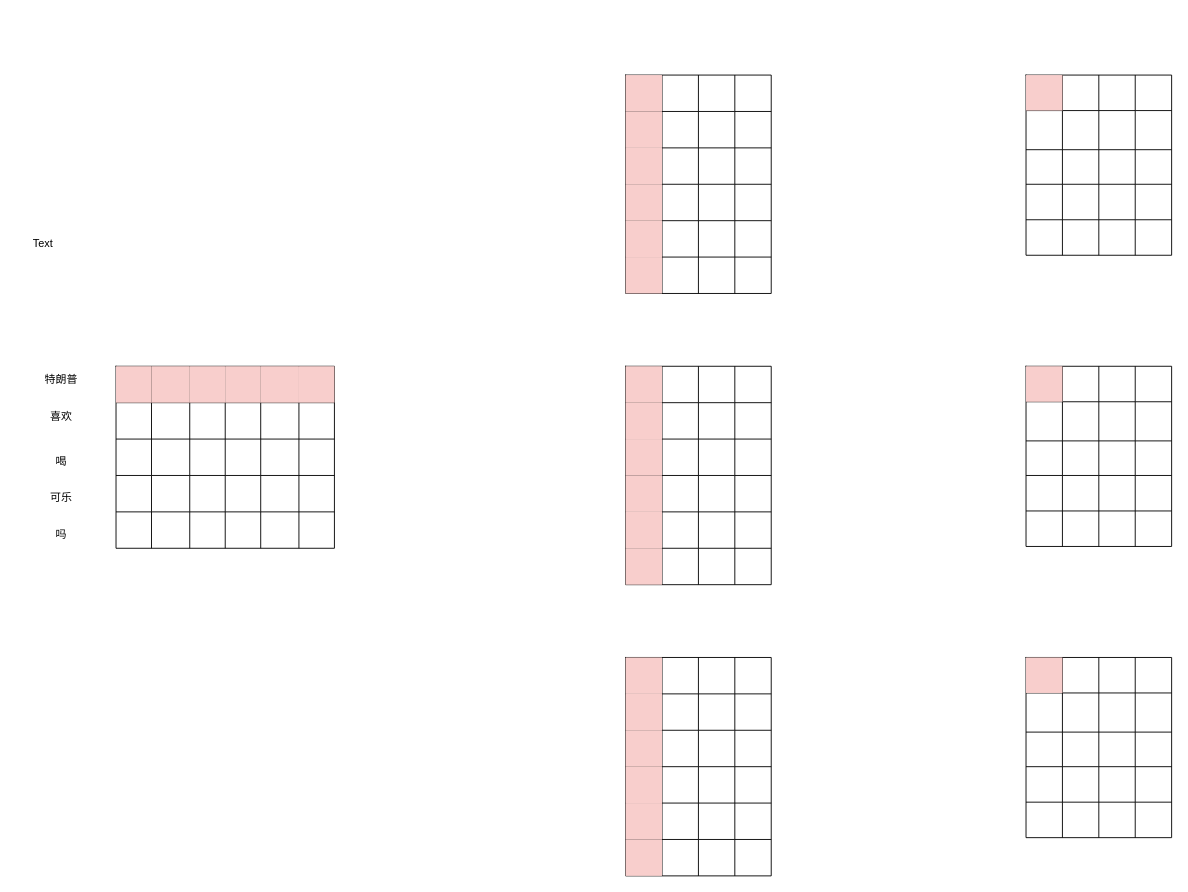
The draw.io diagram page "Self-Attention" (1 of 7) of transformer.drawio in guxiaoshu/transformer, before the edit. Source tidied: cells renumbered, new cells numbered last; positions are measured from the earlier drawing's top-left corner, leaving out a move shared by most shapes. Both pictures are drawn from the tidied source at 91%, with x=0, y=0 at pixel (15, 75).
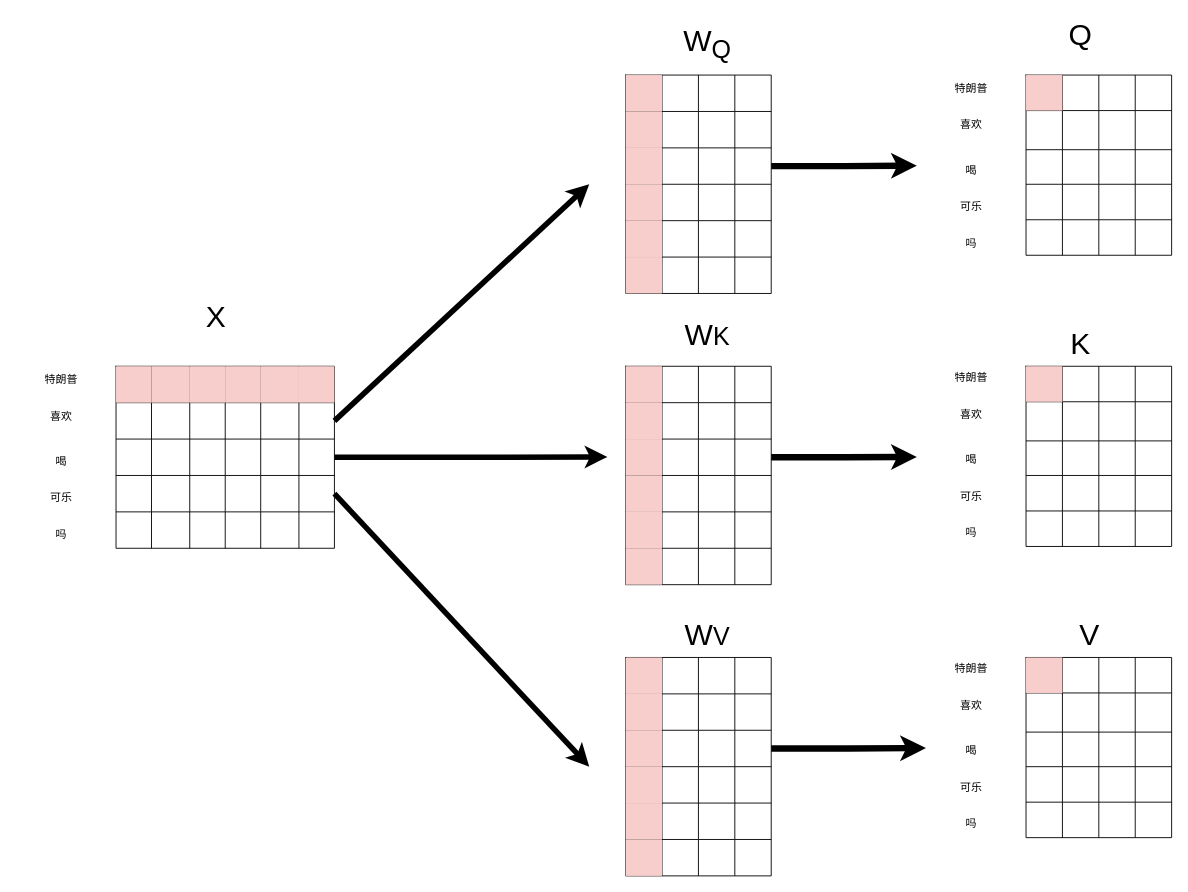
The same diagram, later.

The change refers to these unchanged cells:
```xml
<mxCell id="10" style="shape=tableRow;horizontal=0;startSize=0;swimlaneHead=0;swimlaneBody=0;strokeColor=inherit;top=0;left=0;bottom=0;right=0;fillColor=none;points=[[0,0.5],[1,0.5]];portConstraint=eastwest;fixedHeader=1;" parent="2" vertex="1">
  <mxGeometry y="40" width="240" height="40" as="geometry" />
</mxCell>
<mxCell id="17" style="shape=tableRow;horizontal=0;startSize=0;swimlaneHead=0;swimlaneBody=0;strokeColor=inherit;top=0;left=0;bottom=0;right=0;fillColor=none;points=[[0,0.5],[1,0.5]];portConstraint=eastwest;fixedHeader=1;" parent="2" vertex="1">
  <mxGeometry y="80" width="240" height="40" as="geometry" />
</mxCell>
<mxCell id="24" style="shape=tableRow;horizontal=0;startSize=0;swimlaneHead=0;swimlaneBody=0;strokeColor=inherit;top=0;left=0;bottom=0;right=0;fillColor=none;points=[[0,0.5],[1,0.5]];portConstraint=eastwest;fixedHeader=1;" parent="2" vertex="1">
  <mxGeometry y="120" width="240" height="40" as="geometry" />
</mxCell>
<mxCell id="55" style="shape=tableRow;horizontal=0;startSize=0;swimlaneHead=0;swimlaneBody=0;strokeColor=inherit;top=0;left=0;bottom=0;right=0;fillColor=none;points=[[0,0.5],[1,0.5]];portConstraint=eastwest;fixedHeader=1;" parent="44" vertex="1">
  <mxGeometry y="80" width="160" height="40" as="geometry" />
</mxCell>
<mxCell id="86" style="shape=tableRow;horizontal=0;startSize=0;swimlaneHead=0;swimlaneBody=0;strokeColor=inherit;top=0;left=0;bottom=0;right=0;fillColor=none;points=[[0,0.5],[1,0.5]];portConstraint=eastwest;fixedHeader=1;" parent="75" vertex="1">
  <mxGeometry y="80" width="160" height="40" as="geometry" />
</mxCell>
<mxCell id="117" style="shape=tableRow;horizontal=0;startSize=0;swimlaneHead=0;swimlaneBody=0;strokeColor=inherit;top=0;left=0;bottom=0;right=0;fillColor=none;points=[[0,0.5],[1,0.5]];portConstraint=eastwest;fixedHeader=1;" parent="106" vertex="1">
  <mxGeometry y="80" width="160" height="40" as="geometry" />
</mxCell>
```

The edit, as a diff of the source:
```diff
@@
-    <mxCell id="38" value="Text" style="text;html=1;whiteSpace=wrap;strokeColor=none;fillColor=none;align=center;verticalAlign=middle;rounded=0;" parent="1" vertex="1">
-      <mxGeometry y="170" width="60" height="30" as="geometry" />
-    </mxCell>
@@
+    <mxCell id="215" value="特朗普" style="text;html=1;whiteSpace=wrap;strokeColor=none;fillColor=none;align=center;verticalAlign=middle;rounded=0;" parent="1" vertex="1">
+      <mxGeometry x="1020" width="60" height="30" as="geometry" />
+    </mxCell>
+    <mxCell id="216" value="可乐" style="text;html=1;whiteSpace=wrap;strokeColor=none;fillColor=none;align=center;verticalAlign=middle;rounded=0;" parent="1" vertex="1">
+      <mxGeometry x="1020" y="130" width="60" height="30" as="geometry" />
+    </mxCell>
+    <mxCell id="217" value="喝" style="text;html=1;whiteSpace=wrap;strokeColor=none;fillColor=none;align=center;verticalAlign=middle;rounded=0;" parent="1" vertex="1">
+      <mxGeometry x="1020" y="90" width="60" height="30" as="geometry" />
+    </mxCell>
+    <mxCell id="218" value="吗" style="text;html=1;whiteSpace=wrap;strokeColor=none;fillColor=none;align=center;verticalAlign=middle;rounded=0;" parent="1" vertex="1">
+      <mxGeometry x="1020" y="170" width="60" height="30" as="geometry" />
+    </mxCell>
+    <mxCell id="219" value="喜欢" style="text;html=1;whiteSpace=wrap;strokeColor=none;fillColor=none;align=center;verticalAlign=middle;rounded=0;" parent="1" vertex="1">
+      <mxGeometry x="1020" y="40" width="60" height="30" as="geometry" />
+    </mxCell>
+    <mxCell id="220" value="特朗普" style="text;html=1;whiteSpace=wrap;strokeColor=none;fillColor=none;align=center;verticalAlign=middle;rounded=0;" parent="1" vertex="1">
+      <mxGeometry x="1020" y="318" width="60" height="30" as="geometry" />
+    </mxCell>
+    <mxCell id="221" value="可乐" style="text;html=1;whiteSpace=wrap;strokeColor=none;fillColor=none;align=center;verticalAlign=middle;rounded=0;" parent="1" vertex="1">
+      <mxGeometry x="1020" y="448" width="60" height="30" as="geometry" />
+    </mxCell>
+    <mxCell id="222" value="喝" style="text;html=1;whiteSpace=wrap;strokeColor=none;fillColor=none;align=center;verticalAlign=middle;rounded=0;" parent="1" vertex="1">
+      <mxGeometry x="1020" y="408" width="60" height="30" as="geometry" />
+    </mxCell>
+    <mxCell id="223" value="吗" style="text;html=1;whiteSpace=wrap;strokeColor=none;fillColor=none;align=center;verticalAlign=middle;rounded=0;" parent="1" vertex="1">
+      <mxGeometry x="1020" y="488" width="60" height="30" as="geometry" />
+    </mxCell>
+    <mxCell id="224" value="喜欢" style="text;html=1;whiteSpace=wrap;strokeColor=none;fillColor=none;align=center;verticalAlign=middle;rounded=0;" parent="1" vertex="1">
+      <mxGeometry x="1020" y="358" width="60" height="30" as="geometry" />
+    </mxCell>
+    <mxCell id="225" value="特朗普" style="text;html=1;whiteSpace=wrap;strokeColor=none;fillColor=none;align=center;verticalAlign=middle;rounded=0;" parent="1" vertex="1">
+      <mxGeometry x="1020" y="638" width="60" height="30" as="geometry" />
+    </mxCell>
+    <mxCell id="226" value="可乐" style="text;html=1;whiteSpace=wrap;strokeColor=none;fillColor=none;align=center;verticalAlign=middle;rounded=0;" parent="1" vertex="1">
+      <mxGeometry x="1020" y="768" width="60" height="30" as="geometry" />
+    </mxCell>
+    <mxCell id="227" value="喝" style="text;html=1;whiteSpace=wrap;strokeColor=none;fillColor=none;align=center;verticalAlign=middle;rounded=0;" parent="1" vertex="1">
+      <mxGeometry x="1020" y="728" width="60" height="30" as="geometry" />
+    </mxCell>
+    <mxCell id="228" value="吗" style="text;html=1;whiteSpace=wrap;strokeColor=none;fillColor=none;align=center;verticalAlign=middle;rounded=0;" parent="1" vertex="1">
+      <mxGeometry x="1020" y="808" width="60" height="30" as="geometry" />
+    </mxCell>
+    <mxCell id="229" value="喜欢" style="text;html=1;whiteSpace=wrap;strokeColor=none;fillColor=none;align=center;verticalAlign=middle;rounded=0;" parent="1" vertex="1">
+      <mxGeometry x="1020" y="678" width="60" height="30" as="geometry" />
+    </mxCell>
+    <mxCell id="230" value="&lt;font style=&quot;font-size: 33px;&quot;&gt;X&lt;/font&gt;" style="text;html=1;whiteSpace=wrap;strokeColor=none;fillColor=none;align=center;verticalAlign=middle;rounded=0;" parent="1" vertex="1">
+      <mxGeometry x="190" y="250" width="60" height="30" as="geometry" />
+    </mxCell>
+    <mxCell id="231" value="&lt;font style=&quot;font-size: 33px;&quot;&gt;W&lt;sub&gt;Q&lt;/sub&gt;&lt;/font&gt;" style="text;html=1;whiteSpace=wrap;strokeColor=none;fillColor=none;align=center;verticalAlign=middle;rounded=0;" parent="1" vertex="1">
+      <mxGeometry x="730" y="-50" width="60" height="30" as="geometry" />
+    </mxCell>
+    <mxCell id="232" value="&lt;font style=&quot;font-size: 33px;&quot;&gt;W&lt;/font&gt;&lt;font style=&quot;font-size: 27.5px;&quot;&gt;K&lt;/font&gt;" style="text;html=1;whiteSpace=wrap;strokeColor=none;fillColor=none;align=center;verticalAlign=middle;rounded=0;" parent="1" vertex="1">
+      <mxGeometry x="730" y="270" width="60" height="30" as="geometry" />
+    </mxCell>
+    <mxCell id="233" value="&lt;font style=&quot;font-size: 33px;&quot;&gt;W&lt;/font&gt;&lt;font style=&quot;font-size: 27.5px;&quot;&gt;V&lt;/font&gt;" style="text;html=1;whiteSpace=wrap;strokeColor=none;fillColor=none;align=center;verticalAlign=middle;rounded=0;" parent="1" vertex="1">
+      <mxGeometry x="730" y="600" width="60" height="30" as="geometry" />
+    </mxCell>
+    <mxCell id="234" value="&lt;font style=&quot;font-size: 33px;&quot;&gt;Q&lt;/font&gt;" style="text;html=1;whiteSpace=wrap;strokeColor=none;fillColor=none;align=center;verticalAlign=middle;rounded=0;" parent="1" vertex="1">
+      <mxGeometry x="1140" y="-60" width="60" height="30" as="geometry" />
+    </mxCell>
+    <mxCell id="235" value="&lt;font style=&quot;font-size: 33px;&quot;&gt;K&lt;/font&gt;" style="text;html=1;whiteSpace=wrap;strokeColor=none;fillColor=none;align=center;verticalAlign=middle;rounded=0;" parent="1" vertex="1">
+      <mxGeometry x="1140" y="280" width="60" height="30" as="geometry" />
+    </mxCell>
+    <mxCell id="236" value="&lt;font style=&quot;font-size: 33px;&quot;&gt;V&lt;/font&gt;" style="text;html=1;whiteSpace=wrap;strokeColor=none;fillColor=none;align=center;verticalAlign=middle;rounded=0;" parent="1" vertex="1">
+      <mxGeometry x="1150" y="600" width="60" height="30" as="geometry" />
+    </mxCell>
+    <mxCell id="237" style="edgeStyle=orthogonalEdgeStyle;rounded=0;jettySize=auto;html=1;exitX=1;exitY=0.5;exitDx=0;exitDy=0;strokeWidth=6;" parent="1" edge="1" source="17">
+      <mxGeometry relative="1" as="geometry">
+        <mxPoint x="650" y="419.6" as="targetPoint" />
+      </mxGeometry>
+    </mxCell>
+    <mxCell id="238" style="rounded=0;jettySize=auto;html=1;exitX=1;exitY=0.5;exitDx=0;exitDy=0;strokeWidth=6;" parent="1" edge="1" source="10">
+      <mxGeometry relative="1" as="geometry">
+        <mxPoint x="630" y="120" as="targetPoint" />
+      </mxGeometry>
+    </mxCell>
+    <mxCell id="239" style="rounded=0;jettySize=auto;html=1;exitX=1;exitY=0.5;exitDx=0;exitDy=0;strokeWidth=6;" parent="1" edge="1" source="24">
+      <mxGeometry relative="1" as="geometry">
+        <mxPoint x="630" y="760" as="targetPoint" />
+      </mxGeometry>
+    </mxCell>
+    <mxCell id="240" style="edgeStyle=orthogonalEdgeStyle;rounded=0;jettySize=auto;html=1;exitX=1;exitY=0.5;exitDx=0;exitDy=0;strokeWidth=7;" parent="1" edge="1" source="86">
+      <mxGeometry relative="1" as="geometry">
+        <mxPoint x="1000" y="739.6" as="targetPoint" />
+      </mxGeometry>
+    </mxCell>
+    <mxCell id="241" style="edgeStyle=orthogonalEdgeStyle;rounded=0;jettySize=auto;html=1;exitX=1;exitY=0.5;exitDx=0;exitDy=0;strokeWidth=7;" parent="1" edge="1" source="117">
+      <mxGeometry relative="1" as="geometry">
+        <mxPoint x="990" y="419.6" as="targetPoint" />
+      </mxGeometry>
+    </mxCell>
+    <mxCell id="242" style="edgeStyle=orthogonalEdgeStyle;rounded=0;jettySize=auto;html=1;exitX=1;exitY=0.5;exitDx=0;exitDy=0;strokeWidth=7;" parent="1" edge="1" source="55">
+      <mxGeometry relative="1" as="geometry">
+        <mxPoint x="990" y="99.6" as="targetPoint" />
+      </mxGeometry>
+    </mxCell>
```
